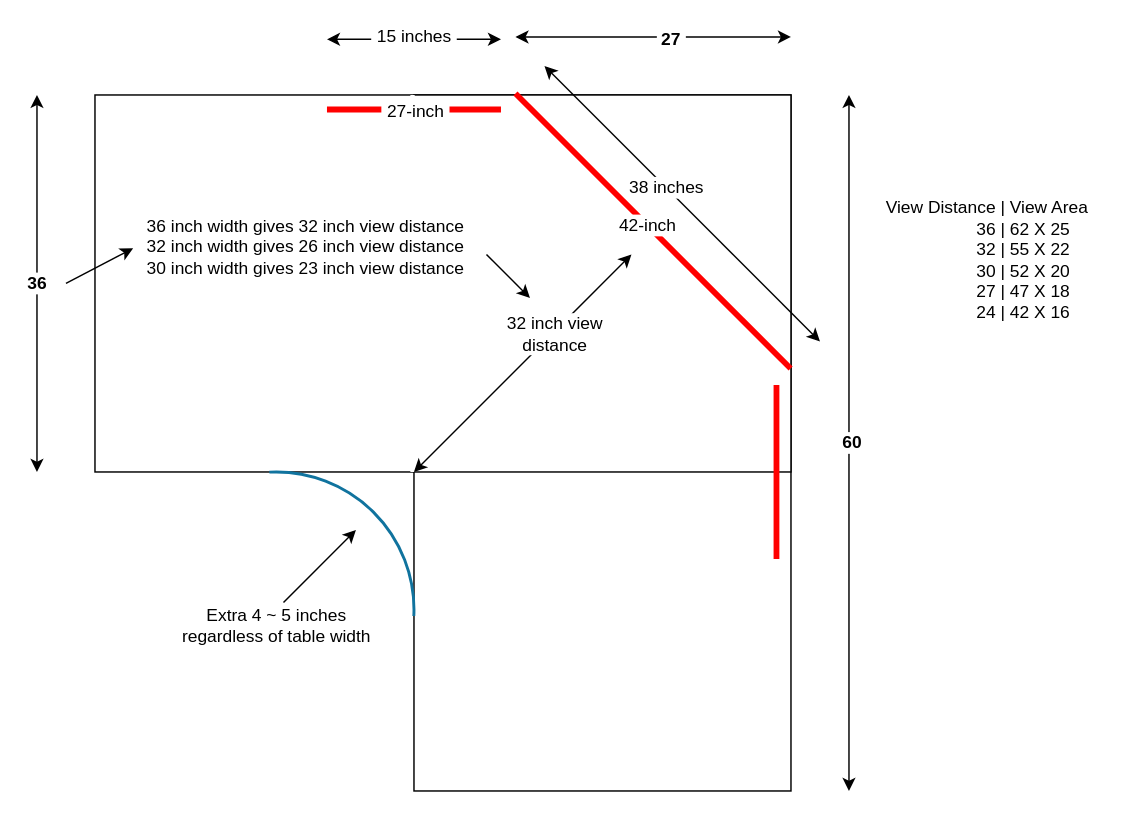
Above: computer_monitors/corner.drawio in psilons/system-setup-notes (draw.io), before the change. Source tidied: cells renumbered, new cells numbered last; positions are measured from the earlier drawing's top-left corner, leaving out a move shared by most shapes. Both pictures are drawn from the tidied source at 145%, with x=0, y=0 at pixel (36, 36).
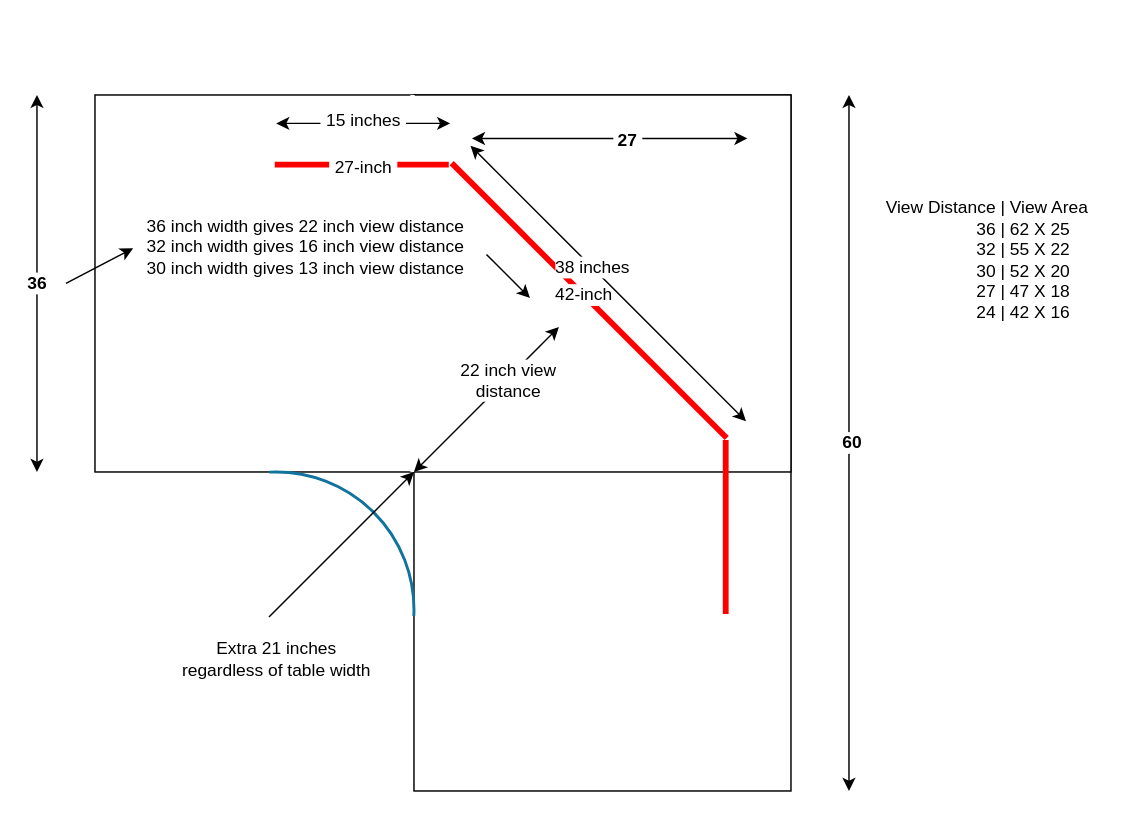
The same diagram, later.

Unchanged cells that the change refers to:
```xml
<mxCell id="2" style="rounded=0;whiteSpace=wrap;html=1;direction=south;" parent="1" vertex="1">
  <mxGeometry x="260" y="40" width="260" height="480" as="geometry" />
</mxCell>
```

The edit, as a diff of the source:
```diff
@@
-    <mxCell id="5" style="endArrow=none;html=1;entryX=0.393;entryY=0.001;entryDx=0;entryDy=0;entryPerimeter=0;strokeWidth=4;strokeColor=#FF0000;" parent="1" edge="1" target="2">
+    <mxCell id="5" style="endArrow=none;html=1;entryX=0.393;entryY=0.001;entryDx=0;entryDy=0;entryPerimeter=0;strokeWidth=4;strokeColor=#FF0000;" parent="1" edge="1">
       <mxGeometry relative="1" as="geometry">
-        <mxPoint x="330" y="39" as="sourcePoint" />
+        <mxPoint x="286" y="87" as="sourcePoint" />
+        <mxPoint x="475.7" y="276.6" as="targetPoint" />
       </mxGeometry>
     </mxCell>
@@
     <mxCell id="7" style="endArrow=none;html=1;strokeColor=#FF0000;strokeWidth=4;" parent="1" edge="1">
       <mxGeometry relative="1" as="geometry">
-        <mxPoint x="510" y="240" as="sourcePoint" />
-        <mxPoint x="510" y="360" as="targetPoint" />
+        <mxPoint x="475" y="278" as="sourcePoint" />
+        <mxPoint x="475" y="398" as="targetPoint" />
       </mxGeometry>
     </mxCell>
@@
     <mxCell id="9" style="endArrow=none;html=1;strokeColor=#FF0000;strokeWidth=4;" parent="1" edge="1">
       <mxGeometry relative="1" as="geometry">
-        <mxPoint x="200" y="50" as="sourcePoint" />
-        <mxPoint x="320" y="50" as="targetPoint" />
+        <mxPoint x="164" y="88" as="sourcePoint" />
+        <mxPoint x="284" y="88" as="targetPoint" />
       </mxGeometry>
     </mxCell>
@@
     <mxCell id="11" style="endArrow=classic;startArrow=classic;html=1;strokeColor=#000000;strokeWidth=1;" parent="1" edge="1">
       <mxGeometry relative="1" as="geometry">
         <mxPoint x="260" y="300" as="sourcePoint" />
-        <mxPoint x="410" y="150" as="targetPoint" />
+        <mxPoint x="360" y="200" as="targetPoint" />
       </mxGeometry>
     </mxCell>
-    <mxCell id="12" value="32 inch view &lt;br&gt;distance" style="text;html=1;align=center;verticalAlign=middle;labelBackgroundColor=#ffffff;" parent="11" vertex="1">
+    <mxCell id="12" value="22 inch view &lt;br&gt;distance" style="text;html=1;align=center;verticalAlign=middle;labelBackgroundColor=#ffffff;" parent="11" vertex="1">
       <mxGeometry x="0.27" relative="1" as="geometry">
         <mxPoint x="1" as="offset" />
       </mxGeometry>
     </mxCell>
-    <mxCell id="13" value="36 inch width gives 32 inch view distance&lt;br&gt;32 inch width gives 26 inch view distance&lt;br&gt;30 inch width gives 23 inch view distance" style="text;html=1;align=center;verticalAlign=middle;points=[];" parent="1" vertex="1">
+    <mxCell id="13" value="36 inch width gives 22 inch view distance&lt;br&gt;32 inch width gives 16 inch view distance&lt;br&gt;30 inch width gives 13 inch view distance" style="text;html=1;align=center;verticalAlign=middle;points=[];" parent="1" vertex="1">
       <mxGeometry x="70" y="120" width="230" height="50" as="geometry" />
     </mxCell>
@@
     <mxCell id="19" style="endArrow=classic;startArrow=classic;html=1;strokeColor=#000000;strokeWidth=1;" parent="1" edge="1">
       <mxGeometry relative="1" as="geometry">
-        <mxPoint x="200" y="1.6" as="sourcePoint" />
-        <mxPoint x="320" y="1.6" as="targetPoint" />
+        <mxPoint x="165" y="59.6" as="sourcePoint" />
+        <mxPoint x="285" y="59.6" as="targetPoint" />
       </mxGeometry>
     </mxCell>
@@
     <mxCell id="21" style="endArrow=classic;startArrow=classic;html=1;strokeColor=#000000;strokeWidth=1;" parent="1" edge="1">
       <mxGeometry relative="1" as="geometry">
-        <mxPoint x="350" y="20" as="sourcePoint" />
-        <mxPoint x="540" y="210" as="targetPoint" />
+        <mxPoint x="299" y="75" as="sourcePoint" />
+        <mxPoint x="489" y="265" as="targetPoint" />
       </mxGeometry>
     </mxCell>
@@
     <mxCell id="23" style="endArrow=classic;startArrow=classic;html=1;strokeColor=#000000;strokeWidth=1;" parent="1" edge="1">
       <mxGeometry relative="1" as="geometry">
-        <mxPoint x="330" as="sourcePoint" />
-        <mxPoint x="520" as="targetPoint" />
+        <mxPoint x="300" y="70" as="sourcePoint" />
+        <mxPoint x="490" y="70" as="targetPoint" />
       </mxGeometry>
     </mxCell>
@@
     <mxCell id="27" style="endArrow=classic;html=1;strokeColor=#000000;strokeWidth=1;" parent="1" edge="1">
       <mxGeometry relative="1" as="geometry">
-        <mxPoint x="170" y="390" as="sourcePoint" />
-        <mxPoint x="220" y="340" as="targetPoint" />
+        <mxPoint x="160" y="400" as="sourcePoint" />
+        <mxPoint x="260" y="300" as="targetPoint" />
       </mxGeometry>
     </mxCell>
-    <mxCell id="28" value="Extra 4 ~ 5 inches&lt;br&gt;regardless of table width" style="text;html=1;align=center;verticalAlign=middle;" parent="1" vertex="1">
-      <mxGeometry x="90" y="391" width="150" height="30" as="geometry" />
+    <mxCell id="28" value="Extra 21 inches&lt;br&gt;regardless of table width" style="text;html=1;align=center;verticalAlign=middle;" parent="1" vertex="1">
+      <mxGeometry x="90" y="414" width="150" height="30" as="geometry" />
     </mxCell>
```
